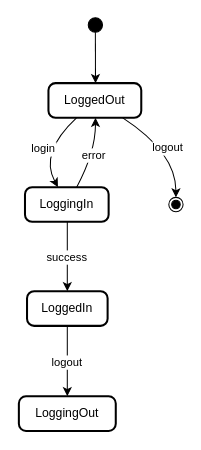
Earlier version of the draw.io diagram useCaseDiagram/login.drawio (Jinlkj/DrawIO). Source tidied: cells renumbered, new cells numbered last; positions are measured from the earlier drawing's top-left corner, leaving out a move shared by most shapes. Both pictures are drawn from the tidied source at 102%, with x=0, y=0 at pixel (18, 17).
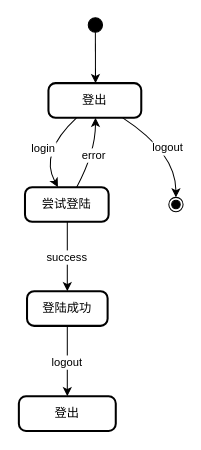
The same page after the edit.

The edit, as a diff of the source:
```diff
@@
 <mxGraphModel>
   <root>
     <mxCell id="0" />
     <mxCell id="1" parent="0" />
     <mxCell id="2" style="ellipse;fillColor=strokeColor;" parent="1" vertex="1">
       <mxGeometry x="68" width="14" height="14" as="geometry" />
     </mxCell>
-    <mxCell id="3" value="LoggedOut" style="rounded=1;absoluteArcSize=1;arcSize=14;whiteSpace=wrap;strokeWidth=2;" parent="1" vertex="1">
+    <mxCell id="3" value="登出" style="rounded=1;absoluteArcSize=1;arcSize=14;whiteSpace=wrap;strokeWidth=2;" parent="1" vertex="1">
       <mxGeometry x="29" y="64" width="91" height="34" as="geometry" />
     </mxCell>
-    <mxCell id="4" value="LoggingIn" style="rounded=1;absoluteArcSize=1;arcSize=14;whiteSpace=wrap;strokeWidth=2;" parent="1" vertex="1">
+    <mxCell id="4" value="尝试登陆" style="rounded=1;absoluteArcSize=1;arcSize=14;whiteSpace=wrap;strokeWidth=2;" parent="1" vertex="1">
       <mxGeometry x="6" y="166" width="82" height="34" as="geometry" />
     </mxCell>
-    <mxCell id="5" value="LoggedIn" style="rounded=1;absoluteArcSize=1;arcSize=14;whiteSpace=wrap;strokeWidth=2;" parent="1" vertex="1">
+    <mxCell id="5" value="登陆成功" style="rounded=1;absoluteArcSize=1;arcSize=14;whiteSpace=wrap;strokeWidth=2;" parent="1" vertex="1">
       <mxGeometry x="8" y="268" width="79" height="34" as="geometry" />
     </mxCell>
-    <mxCell id="6" value="LoggingOut" style="rounded=1;absoluteArcSize=1;arcSize=14;whiteSpace=wrap;strokeWidth=2;" parent="1" vertex="1">
+    <mxCell id="6" value="登出" style="rounded=1;absoluteArcSize=1;arcSize=14;whiteSpace=wrap;strokeWidth=2;" parent="1" vertex="1">
       <mxGeometry y="371" width="95" height="34" as="geometry" />
     </mxCell>
     <mxCell id="7" style="ellipse;shape=endState;fillColor=strokeColor;" parent="1" vertex="1">
       <mxGeometry x="147" y="176" width="14" height="14" as="geometry" />
     </mxCell>
     <mxCell id="8" style="curved=1;startArrow=none;exitX=0.5092075892857143;exitY=1;entryX=0.5069110576923077;entryY=0;" parent="1" edge="1" source="2" target="3">
       <mxGeometry relative="1" as="geometry" />
     </mxCell>
     <mxCell id="9" value="login" style="curved=1;startArrow=none;exitX=0.30711760048055914;exitY=0.9880514705882353;entryX=0.3949507341081151;entryY=0.0055147058823529415;" parent="1" edge="1" source="3" target="4">
-      <mxGeometry relative="1" as="geometry">
+      <mxGeometry x="-0.01" relative="1" as="geometry">
         <Array as="points">
           <mxPoint x="20" y="132" />
         </Array>
       </mxGeometry>
     </mxCell>
     <mxCell id="10" value="success" style="curved=1;startArrow=none;exitX=0.5058117378048781;exitY=0.9935661764705882;entryX=0.4997033227848101;entryY=0.011029411764705883;" parent="1" edge="1" source="4" target="5">
       <mxGeometry relative="1" as="geometry" />
     </mxCell>
     <mxCell id="11" value="error" style="curved=1;startArrow=none;exitX=0.616672741501641;exitY=0.0055147058823529415;entryX=0.5069110576923077;entryY=0.9880514705882353;" parent="1" edge="1" source="4" target="3">
       <mxGeometry relative="1" as="geometry">
         <Array as="points">
           <mxPoint x="75" y="132" />
         </Array>
       </mxGeometry>
     </mxCell>
     <mxCell id="12" value="logout" style="curved=1;startArrow=none;exitX=0.4997033227848101;exitY=0.9990808823529411;entryX=0.4997532894736842;entryY=-0.012867647058823529;" parent="1" edge="1" source="5" target="6">
       <mxGeometry relative="1" as="geometry" />
     </mxCell>
     <mxCell id="13" value="logout" style="curved=1;startArrow=none;exitX=0.7934491385430319;exitY=0.9880514705882353;entryX=0.5318080357142857;entryY=-0.0011160714285714285;" parent="1" edge="1" source="3" target="7">
       <mxGeometry relative="1" as="geometry">
         <Array as="points">
           <mxPoint x="154" y="132" />
         </Array>
       </mxGeometry>
     </mxCell>
   </root>
 </mxGraphModel>
```
